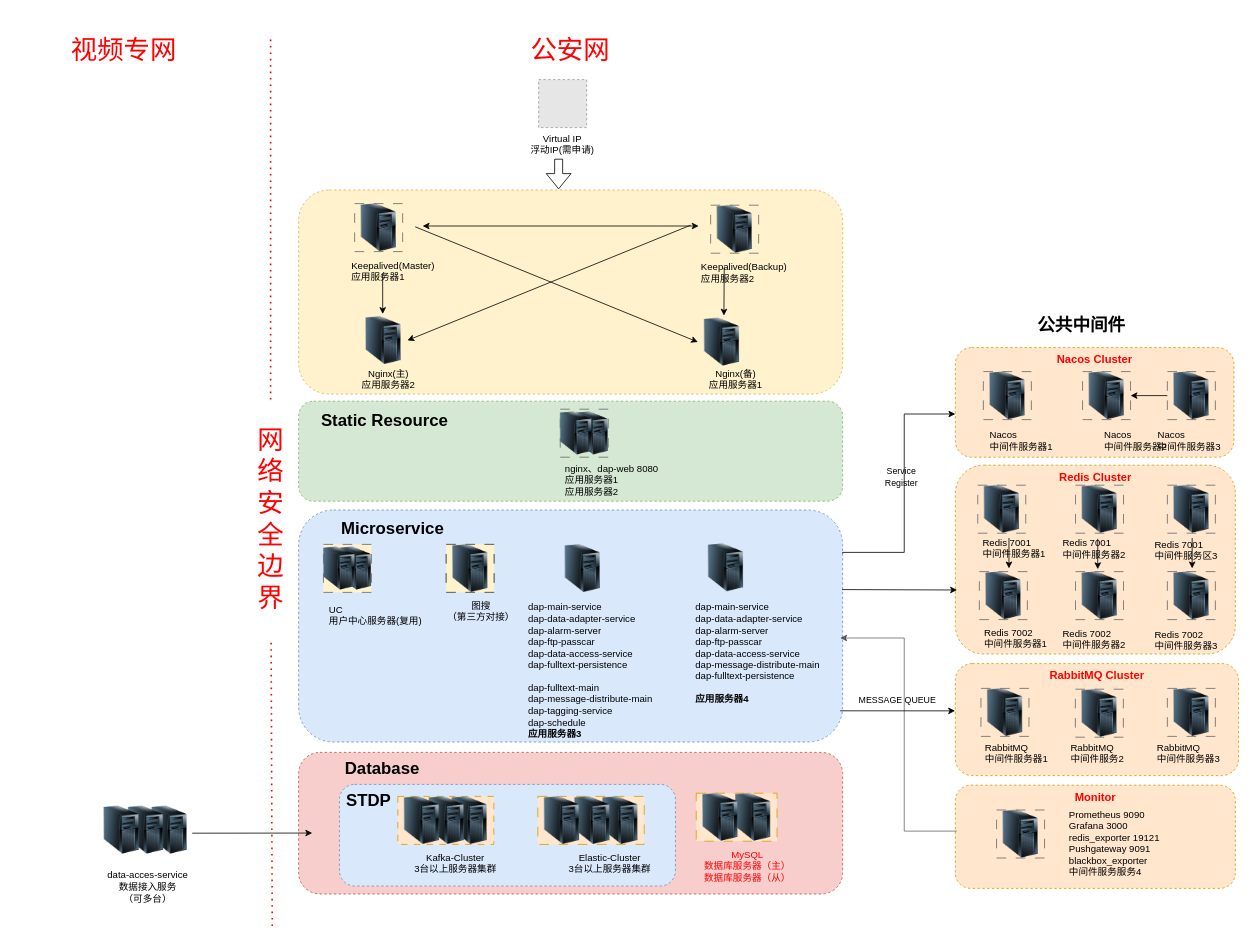
Above: page "人车查控-部署图" (3 of 9) of 2024-3.drawio in superhoy/drawio (draw.io), before the change. Source tidied: cells renumbered, new cells numbered last; positions are measured from the earlier drawing's top-left corner, leaving out a move shared by most shapes. Both pictures are drawn from the tidied source at 80%, with x=0, y=0 at pixel (14, 14). Pictures stored in the file or linked from it are replaced by grey dashed boxes.
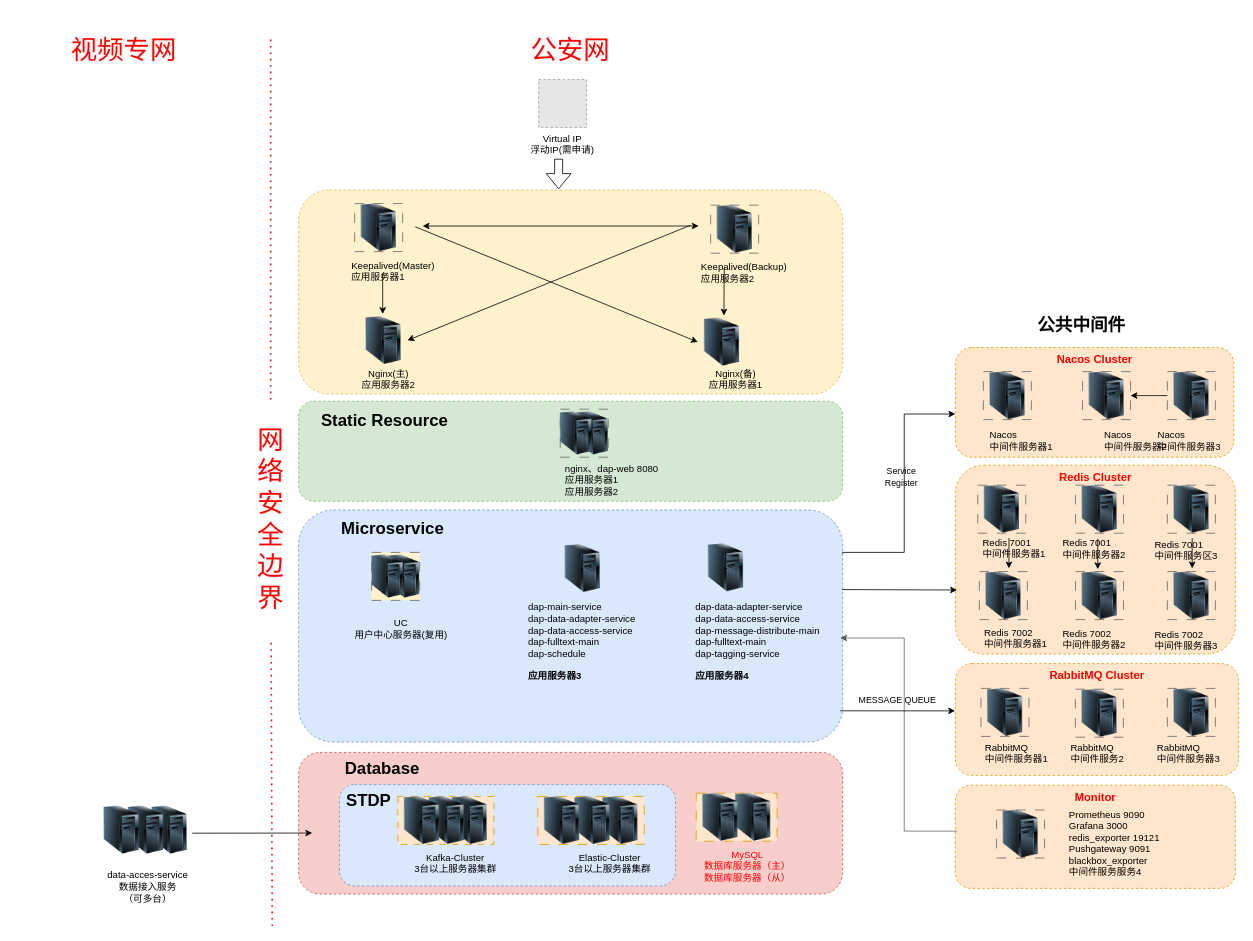
The same page after the edit.

Change to the diagram source:
```diff
@@
-    <mxCell id="28" value="&lt;span style=&quot;color: rgb(0, 0, 0); font-family: Helvetica; font-size: 12px; font-style: normal; font-variant-ligatures: normal; font-variant-caps: normal; font-weight: 400; letter-spacing: normal; orphans: 2; text-align: center; text-indent: 0px; text-transform: none; widows: 2; word-spacing: 0px; -webkit-text-stroke-width: 0px; text-decoration-thickness: initial; text-decoration-style: initial; text-decoration-color: initial; float: none; display: inline !important;&quot;&gt;UC&lt;/span&gt;&lt;br style=&quot;border-color: var(--border-color); padding: 0px; margin: 0px; color: rgb(0, 0, 0); font-family: Helvetica; font-size: 12px; font-style: normal; font-variant-ligatures: normal; font-variant-caps: normal; font-weight: 400; letter-spacing: normal; orphans: 2; text-align: center; text-indent: 0px; text-transform: none; widows: 2; word-spacing: 0px; -webkit-text-stroke-width: 0px; text-decoration-thickness: initial; text-decoration-style: initial; text-decoration-color: initial;&quot;&gt;&lt;div style=&quot;text-align: center;&quot;&gt;&lt;span style=&quot;background-color: initial;&quot;&gt;用户中心服务器(复用)&lt;/span&gt;&lt;/div&gt;" style="text;whiteSpace=wrap;html=1;labelBackgroundColor=none;" parent="1" vertex="1">
-      <mxGeometry x="391.8" y="731" width="119" height="51" as="geometry" />
+    <mxCell id="28" value="&lt;div style=&quot;text-align: center;&quot;&gt;&lt;span style=&quot;background-color: initial;&quot;&gt;UC&lt;/span&gt;&lt;/div&gt;&lt;div style=&quot;text-align: center;&quot;&gt;&lt;span style=&quot;background-color: initial;&quot;&gt;用户中心服务器(复用)&lt;/span&gt;&lt;/div&gt;" style="text;whiteSpace=wrap;html=1;labelBackgroundColor=none;" parent="1" vertex="1">
+      <mxGeometry x="424" y="748" width="119" height="51" as="geometry" />
     </mxCell>
@@
-    <mxCell id="65" value="&lt;div&gt;&lt;span style=&quot;font-family: Helvetica; font-size: 12px; font-style: normal; font-variant-ligatures: normal; font-variant-caps: normal; font-weight: 400; letter-spacing: normal; orphans: 2; text-align: center; text-indent: 0px; text-transform: none; widows: 2; word-spacing: 0px; -webkit-text-stroke-width: 0px; text-decoration-thickness: initial; text-decoration-style: initial; text-decoration-color: initial; float: none; display: inline !important;&quot;&gt;dap-main-service&amp;nbsp;&lt;br&gt;&lt;/span&gt;&lt;/div&gt;&lt;span style=&quot;font-family: Helvetica; font-size: 12px; font-style: normal; font-variant-ligatures: normal; font-variant-caps: normal; font-weight: 400; letter-spacing: normal; orphans: 2; text-align: center; text-indent: 0px; text-transform: none; widows: 2; word-spacing: 0px; -webkit-text-stroke-width: 0px; text-decoration-thickness: initial; text-decoration-style: initial; text-decoration-color: initial; float: none; display: inline !important;&quot;&gt;dap-data-adapter-service&lt;br&gt;&lt;/span&gt;&lt;span style=&quot;font-family: Helvetica; font-size: 12px; font-style: normal; font-variant-ligatures: normal; font-variant-caps: normal; font-weight: 400; letter-spacing: normal; orphans: 2; text-align: center; text-indent: 0px; text-transform: none; widows: 2; word-spacing: 0px; -webkit-text-stroke-width: 0px; text-decoration-thickness: initial; text-decoration-style: initial; text-decoration-color: initial; float: none; display: inline !important;&quot;&gt;dap-alarm-server&lt;/span&gt;&lt;div&gt;&lt;span style=&quot;font-family: Helvetica; font-size: 12px; font-style: normal; font-variant-ligatures: normal; font-variant-caps: normal; font-weight: 400; letter-spacing: normal; orphans: 2; text-align: center; text-indent: 0px; text-transform: none; widows: 2; word-spacing: 0px; -webkit-text-stroke-width: 0px; text-decoration-thickness: initial; text-decoration-style: initial; text-decoration-color: initial; float: none; display: inline !important;&quot;&gt;&lt;span style=&quot;text-align: left;&quot;&gt;dap-ftp-passcar&lt;/span&gt;&lt;/span&gt;&lt;/div&gt;&lt;div&gt;&lt;div style=&quot;text-align: left;&quot;&gt;&lt;span style=&quot;text-align: center;&quot;&gt;dap-data-access-service&lt;/span&gt;&lt;/div&gt;&lt;div style=&quot;text-align: left;&quot;&gt;&lt;span style=&quot;text-align: center;&quot;&gt;dap-fulltext-persistence&lt;/span&gt;&lt;span style=&quot;text-align: center;&quot;&gt;&lt;br&gt;&lt;/span&gt;&lt;/div&gt;&lt;div style=&quot;text-align: left;&quot;&gt;&lt;span style=&quot;text-align: center;&quot;&gt;&lt;br&gt;&lt;/span&gt;&lt;/div&gt;&lt;div style=&quot;text-align: left;&quot;&gt;&lt;span style=&quot;text-align: center;&quot;&gt;dap-fulltext-main&lt;/span&gt;&lt;/div&gt;&lt;span style=&quot;text-align: center;&quot;&gt;dap-message-distribute-main&lt;/span&gt;&lt;/div&gt;&lt;div&gt;&lt;span style=&quot;text-align: center; background-color: initial;&quot;&gt;dap-tagging-service&lt;/span&gt;&lt;/div&gt;&lt;div&gt;&lt;span style=&quot;text-align: center;&quot;&gt;dap-schedule&lt;/span&gt;&lt;/div&gt;&lt;div&gt;&lt;div&gt;&lt;span style=&quot;font-family: Helvetica; font-size: 12px; font-style: normal; font-variant-ligatures: normal; font-variant-caps: normal; letter-spacing: normal; orphans: 2; text-align: center; text-indent: 0px; text-transform: none; widows: 2; word-spacing: 0px; -webkit-text-stroke-width: 0px; text-decoration-thickness: initial; text-decoration-style: initial; text-decoration-color: initial; float: none; display: inline !important;&quot;&gt;&lt;b&gt;应用服务器3&lt;/b&gt;&lt;br&gt;&lt;br&gt;&lt;br&gt;&lt;/span&gt;&lt;/div&gt;&lt;/div&gt;" style="text;whiteSpace=wrap;html=1;labelBackgroundColor=none;fontColor=default;" parent="1" vertex="1">
-      <mxGeometry x="640.8" y="728" width="204" height="195" as="geometry" />
+    <mxCell id="65" value="&lt;div&gt;&lt;span style=&quot;text-align: center; background-color: initial;&quot;&gt;dap-main-service&amp;nbsp;&lt;/span&gt;&lt;br&gt;&lt;/div&gt;&lt;span style=&quot;font-family: Helvetica; font-size: 12px; font-style: normal; font-variant-ligatures: normal; font-variant-caps: normal; font-weight: 400; letter-spacing: normal; orphans: 2; text-align: center; text-indent: 0px; text-transform: none; widows: 2; word-spacing: 0px; -webkit-text-stroke-width: 0px; text-decoration-thickness: initial; text-decoration-style: initial; text-decoration-color: initial; float: none; display: inline !important;&quot;&gt;dap-data-adapter-service&lt;/span&gt;&lt;div&gt;&lt;div style=&quot;text-align: left;&quot;&gt;&lt;span style=&quot;text-align: center;&quot;&gt;dap-data-access-service&lt;/span&gt;&lt;/div&gt;&lt;div style=&quot;text-align: left;&quot;&gt;&lt;span style=&quot;text-align: center;&quot;&gt;dap-fulltext-main&lt;/span&gt;&lt;/div&gt;&lt;/div&gt;&lt;div&gt;&lt;span style=&quot;text-align: center;&quot;&gt;dap-schedule&lt;/span&gt;&lt;br&gt;&lt;/div&gt;&lt;div&gt;&lt;span style=&quot;text-align: center;&quot;&gt;&lt;br&gt;&lt;/span&gt;&lt;/div&gt;&lt;div&gt;&lt;div&gt;&lt;span style=&quot;font-family: Helvetica; font-size: 12px; font-style: normal; font-variant-ligatures: normal; font-variant-caps: normal; letter-spacing: normal; orphans: 2; text-align: center; text-indent: 0px; text-transform: none; widows: 2; word-spacing: 0px; -webkit-text-stroke-width: 0px; text-decoration-thickness: initial; text-decoration-style: initial; text-decoration-color: initial; float: none; display: inline !important;&quot;&gt;&lt;b&gt;应用服务器3&lt;/b&gt;&lt;br&gt;&lt;br&gt;&lt;br&gt;&lt;/span&gt;&lt;/div&gt;&lt;/div&gt;" style="text;whiteSpace=wrap;html=1;labelBackgroundColor=none;fontColor=default;" parent="1" vertex="1">
+      <mxGeometry x="640.8" y="728" width="204" height="174" as="geometry" />
     </mxCell>
@@
     <mxCell id="71" style="group;fillColor=#FFF2CC;strokeColor=#666666;dashed=1;dashPattern=12 12;" parent="1" vertex="1">
-      <mxGeometry x="386.8" y="663" width="60" height="60" as="geometry" />
+      <mxGeometry x="447" y="673" width="60" height="60" as="geometry" />
     </mxCell>
@@
-    <mxCell id="79" style="image;html=1;image=img/lib/clip_art/computers/Server_Tower_128x128.png;imageBackground=#FFF2CC;imageBorder=#666666;dashed=1;dashPattern=12 12;" parent="1" vertex="1">
-      <mxGeometry x="540.2" y="663" width="60" height="60" as="geometry" />
-    </mxCell>
-    <mxCell id="80" value="&lt;div style=&quot;text-align: center;&quot;&gt;图搜&lt;/div&gt;&lt;div style=&quot;text-align: center;&quot;&gt;（第三方对接）&lt;/div&gt;" style="text;whiteSpace=wrap;html=1;labelBackgroundColor=none;" parent="1" vertex="1">
-      <mxGeometry x="540.2" y="726" width="90.5" height="51" as="geometry" />
-    </mxCell>
@@
-    <mxCell id="97" value="&lt;div&gt;&lt;span style=&quot;font-family: Helvetica; font-size: 12px; font-style: normal; font-variant-ligatures: normal; font-variant-caps: normal; font-weight: 400; letter-spacing: normal; orphans: 2; text-align: center; text-indent: 0px; text-transform: none; widows: 2; word-spacing: 0px; -webkit-text-stroke-width: 0px; text-decoration-thickness: initial; text-decoration-style: initial; text-decoration-color: initial; float: none; display: inline !important;&quot;&gt;dap-main-service&lt;br&gt;&lt;/span&gt;&lt;/div&gt;&lt;span style=&quot;font-family: Helvetica; font-size: 12px; font-style: normal; font-variant-ligatures: normal; font-variant-caps: normal; font-weight: 400; letter-spacing: normal; orphans: 2; text-align: center; text-indent: 0px; text-transform: none; widows: 2; word-spacing: 0px; -webkit-text-stroke-width: 0px; text-decoration-thickness: initial; text-decoration-style: initial; text-decoration-color: initial; float: none; display: inline !important;&quot;&gt;dap-data-adapter-service&lt;br&gt;&lt;/span&gt;&lt;span style=&quot;font-family: Helvetica; font-size: 12px; font-style: normal; font-variant-ligatures: normal; font-variant-caps: normal; font-weight: 400; letter-spacing: normal; orphans: 2; text-align: center; text-indent: 0px; text-transform: none; widows: 2; word-spacing: 0px; -webkit-text-stroke-width: 0px; text-decoration-thickness: initial; text-decoration-style: initial; text-decoration-color: initial; float: none; display: inline !important;&quot;&gt;dap-alarm-server&lt;/span&gt;&lt;div&gt;&lt;span style=&quot;font-family: Helvetica; font-size: 12px; font-style: normal; font-variant-ligatures: normal; font-variant-caps: normal; font-weight: 400; letter-spacing: normal; orphans: 2; text-align: center; text-indent: 0px; text-transform: none; widows: 2; word-spacing: 0px; -webkit-text-stroke-width: 0px; text-decoration-thickness: initial; text-decoration-style: initial; text-decoration-color: initial; float: none; display: inline !important;&quot;&gt;&lt;span style=&quot;text-align: left;&quot;&gt;dap-ftp-passcar&lt;/span&gt;&lt;/span&gt;&lt;/div&gt;&lt;div&gt;&lt;div style=&quot;text-align: left;&quot;&gt;&lt;span style=&quot;text-align: center;&quot;&gt;dap-data-access-service&lt;/span&gt;&lt;br&gt;&lt;/div&gt;&lt;div style=&quot;text-align: left;&quot;&gt;&lt;span style=&quot;text-align: center;&quot;&gt;dap-message-distribute-main&lt;/span&gt;&lt;span style=&quot;text-align: center;&quot;&gt;&lt;br&gt;&lt;/span&gt;&lt;/div&gt;&lt;div&gt;&lt;span style=&quot;font-family: Helvetica; font-size: 12px; font-style: normal; font-variant-ligatures: normal; font-variant-caps: normal; font-weight: 400; letter-spacing: normal; orphans: 2; text-align: center; text-indent: 0px; text-transform: none; widows: 2; word-spacing: 0px; -webkit-text-stroke-width: 0px; text-decoration-thickness: initial; text-decoration-style: initial; text-decoration-color: initial; float: none; display: inline !important;&quot;&gt;dap-fulltext-persistence&lt;br&gt;&lt;br&gt;&lt;/span&gt;&lt;/div&gt;&lt;div&gt;&lt;span style=&quot;font-family: Helvetica; font-size: 12px; font-style: normal; font-variant-ligatures: normal; font-variant-caps: normal; letter-spacing: normal; orphans: 2; text-align: center; text-indent: 0px; text-transform: none; widows: 2; word-spacing: 0px; -webkit-text-stroke-width: 0px; text-decoration-thickness: initial; text-decoration-style: initial; text-decoration-color: initial; float: none; display: inline !important;&quot;&gt;&lt;b&gt;应用服务器4&lt;/b&gt;&lt;/span&gt;&lt;/div&gt;&lt;div&gt;&lt;span style=&quot;font-family: Helvetica; font-size: 12px; font-style: normal; font-variant-ligatures: normal; font-variant-caps: normal; font-weight: 400; letter-spacing: normal; orphans: 2; text-align: center; text-indent: 0px; text-transform: none; widows: 2; word-spacing: 0px; -webkit-text-stroke-width: 0px; text-decoration-thickness: initial; text-decoration-style: initial; text-decoration-color: initial; float: none; display: inline !important;&quot;&gt;&lt;br&gt;&lt;br&gt;&lt;/span&gt;&lt;/div&gt;&lt;/div&gt;" style="text;whiteSpace=wrap;html=1;labelBackgroundColor=none;fontColor=default;" parent="1" vertex="1">
+    <mxCell id="97" value="&lt;div&gt;&lt;/div&gt;&lt;span style=&quot;font-family: Helvetica; font-size: 12px; font-style: normal; font-variant-ligatures: normal; font-variant-caps: normal; font-weight: 400; letter-spacing: normal; orphans: 2; text-align: center; text-indent: 0px; text-transform: none; widows: 2; word-spacing: 0px; -webkit-text-stroke-width: 0px; text-decoration-thickness: initial; text-decoration-style: initial; text-decoration-color: initial; float: none; display: inline !important;&quot;&gt;dap-data-adapter-service&lt;/span&gt;&lt;div&gt;&lt;div style=&quot;text-align: left;&quot;&gt;&lt;span style=&quot;text-align: center;&quot;&gt;dap-data-access-service&lt;/span&gt;&lt;br&gt;&lt;/div&gt;&lt;div style=&quot;text-align: left;&quot;&gt;&lt;span style=&quot;text-align: center;&quot;&gt;dap-message-distribute-main&lt;/span&gt;&lt;span style=&quot;text-align: center;&quot;&gt;&lt;br&gt;&lt;/span&gt;&lt;/div&gt;&lt;div&gt;&lt;span style=&quot;font-family: Helvetica; font-size: 12px; font-style: normal; font-variant-ligatures: normal; font-variant-caps: normal; font-weight: 400; letter-spacing: normal; orphans: 2; text-align: center; text-indent: 0px; text-transform: none; widows: 2; word-spacing: 0px; -webkit-text-stroke-width: 0px; text-decoration-thickness: initial; text-decoration-style: initial; text-decoration-color: initial; float: none; display: inline !important;&quot;&gt;dap-fulltext-main&lt;br&gt;&lt;div style=&quot;text-align: left;&quot;&gt;&lt;span style=&quot;text-align: center; background-color: initial;&quot;&gt;dap-tagging-service&lt;/span&gt;&lt;/div&gt;&lt;div style=&quot;text-align: left;&quot;&gt;&lt;br&gt;&lt;/div&gt;&lt;/span&gt;&lt;/div&gt;&lt;div&gt;&lt;span style=&quot;font-family: Helvetica; font-size: 12px; font-style: normal; font-variant-ligatures: normal; font-variant-caps: normal; letter-spacing: normal; orphans: 2; text-align: center; text-indent: 0px; text-transform: none; widows: 2; word-spacing: 0px; -webkit-text-stroke-width: 0px; text-decoration-thickness: initial; text-decoration-style: initial; text-decoration-color: initial; float: none; display: inline !important;&quot;&gt;&lt;b&gt;应用服务器4&lt;/b&gt;&lt;/span&gt;&lt;/div&gt;&lt;div&gt;&lt;span style=&quot;font-family: Helvetica; font-size: 12px; font-style: normal; font-variant-ligatures: normal; font-variant-caps: normal; font-weight: 400; letter-spacing: normal; orphans: 2; text-align: center; text-indent: 0px; text-transform: none; widows: 2; word-spacing: 0px; -webkit-text-stroke-width: 0px; text-decoration-thickness: initial; text-decoration-style: initial; text-decoration-color: initial; float: none; display: inline !important;&quot;&gt;&lt;br&gt;&lt;br&gt;&lt;/span&gt;&lt;/div&gt;&lt;/div&gt;" style="text;whiteSpace=wrap;html=1;labelBackgroundColor=none;fontColor=default;" parent="1" vertex="1">
       <mxGeometry x="849.8" y="728" width="193" height="168" as="geometry" />
     </mxCell>
```
